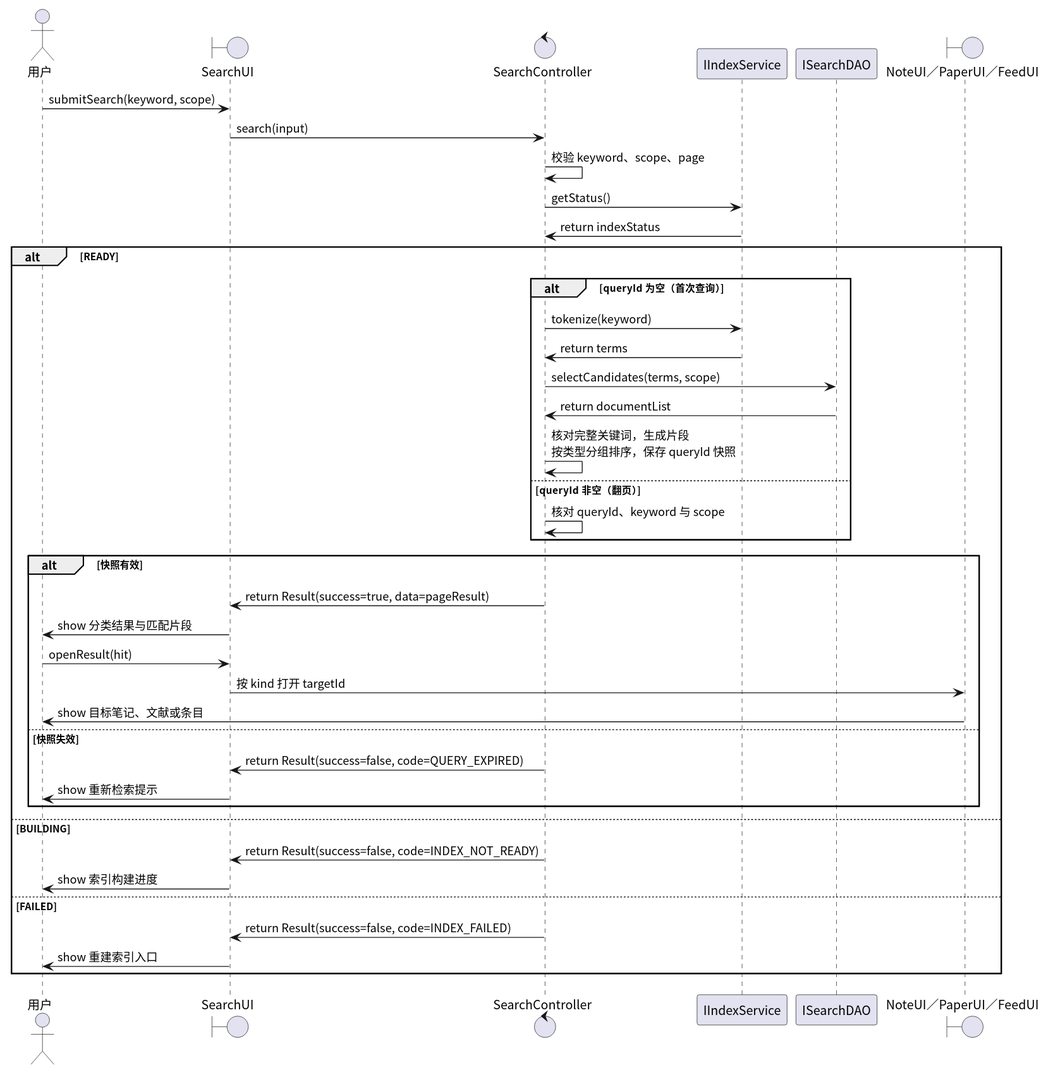
Earlier version of the PlantUML export docs/SE_Experiment/design/figures/uc06.svg (AlanRosston/labloom).
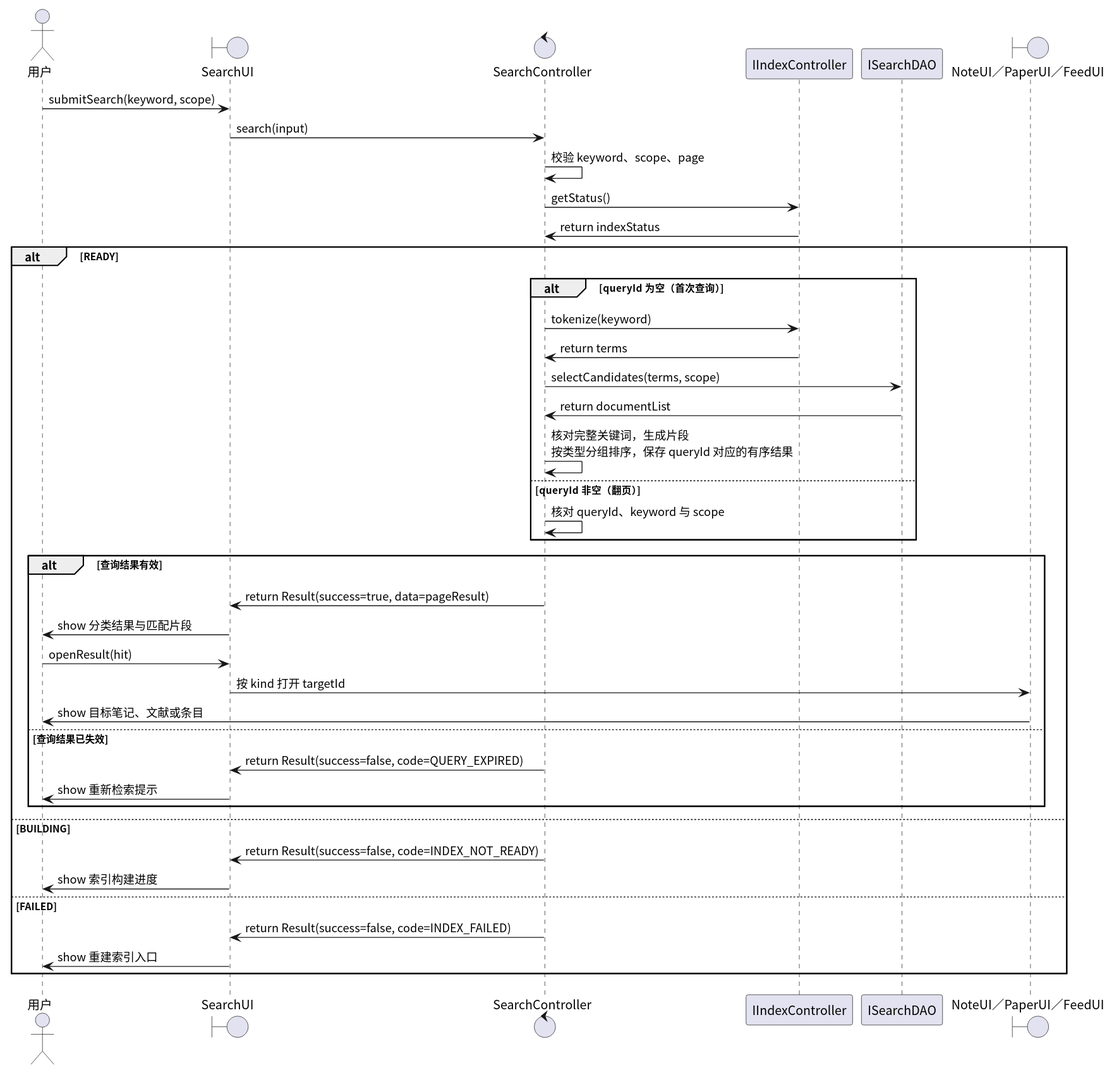
The same diagram one commit later.

Change to the diagram source:
```diff
@@ -3,32 +3,32 @@
 actor 用户
 boundary SearchUI
 control SearchController
-participant IIndexService
+participant IIndexController
 participant ISearchDAO
 boundary "NoteUI／PaperUI／FeedUI" as TargetUI
 
 用户 -> SearchUI: submitSearch(keyword, scope)
 SearchUI -> SearchController: search(input)
 SearchController -> SearchController: 校验 keyword、scope、page
-SearchController -> IIndexService: getStatus()
-IIndexService -> SearchController: return indexStatus
+SearchController -> IIndexController: getStatus()
+IIndexController -> SearchController: return indexStatus
 alt READY
   alt queryId 为空（首次查询）
-    SearchController -> IIndexService: tokenize(keyword)
-    IIndexService -> SearchController: return terms
+    SearchController -> IIndexController: tokenize(keyword)
+    IIndexController -> SearchController: return terms
     SearchController -> ISearchDAO: selectCandidates(terms, scope)
     ISearchDAO -> SearchController: return documentList
-    SearchController -> SearchController: 核对完整关键词，生成片段\n按类型分组排序，保存 queryId 快照
+    SearchController -> SearchController: 核对完整关键词，生成片段\n按类型分组排序，保存 queryId 对应的有序结果
   else queryId 非空（翻页）
     SearchController -> SearchController: 核对 queryId、keyword 与 scope
   end
-  alt 快照有效
+  alt 查询结果有效
     SearchController -> SearchUI: return Result(success=true, data=pageResult)
     SearchUI -> 用户: show 分类结果与匹配片段
     用户 -> SearchUI: openResult(hit)
     SearchUI -> TargetUI: 按 kind 打开 targetId
     TargetUI -> 用户: show 目标笔记、文献或条目
-  else 快照失效
+  else 查询结果已失效
     SearchController -> SearchUI: return Result(success=false, code=QUERY_EXPIRED)
     SearchUI -> 用户: show 重新检索提示
   end
```
